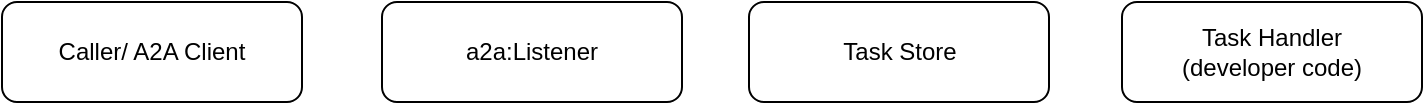
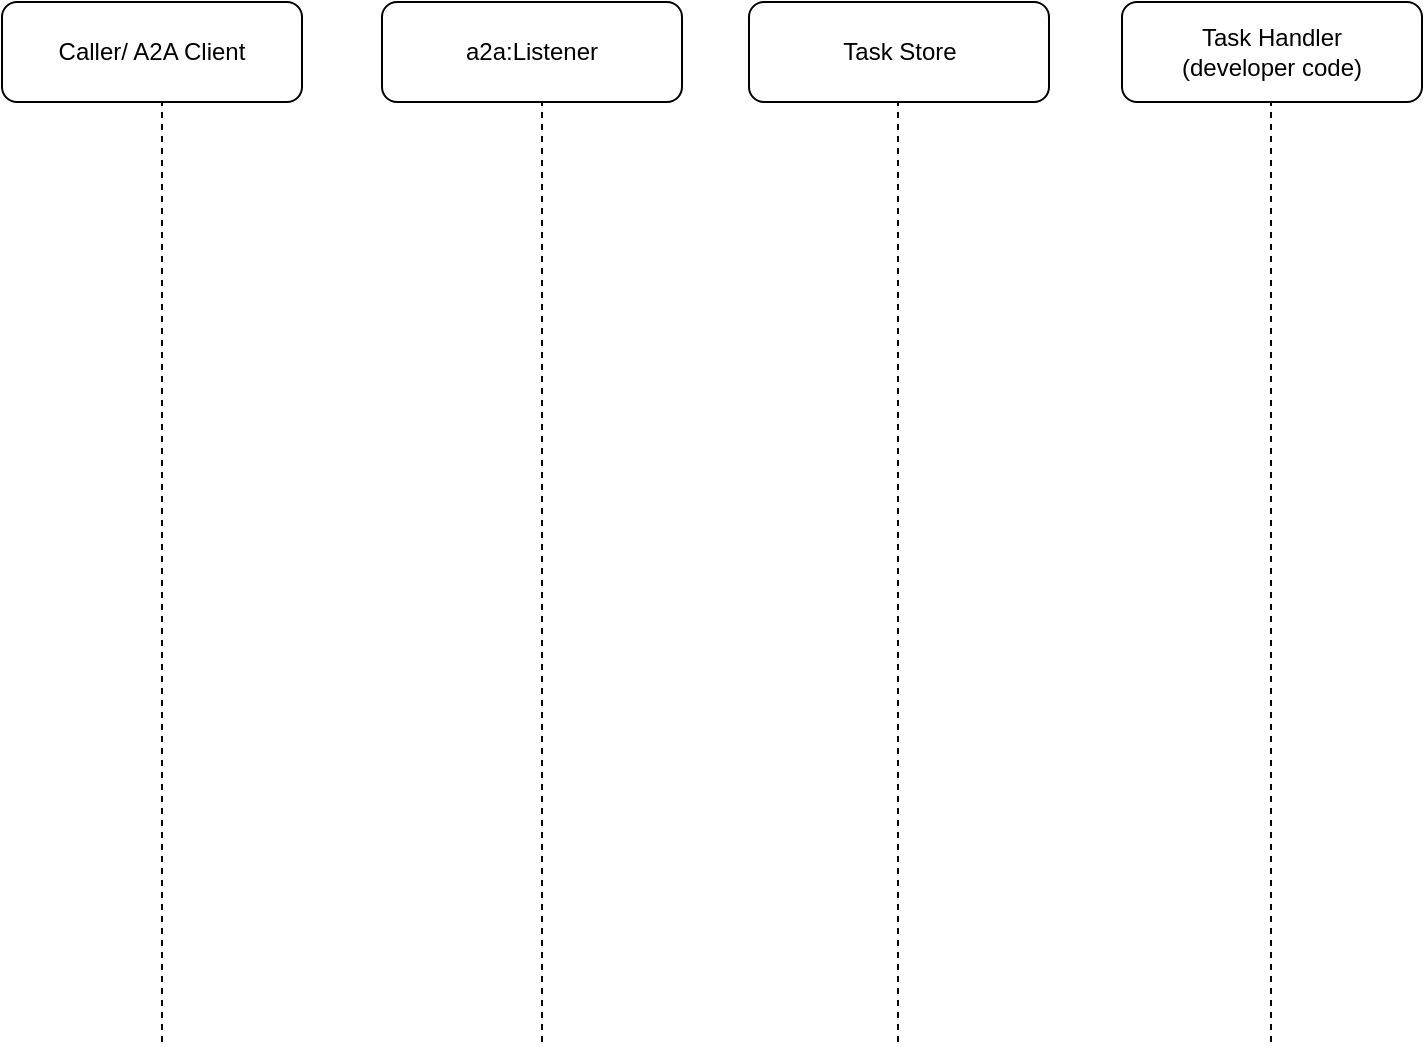
<mxfile host="app.diagrams.net">
  <diagram name="Page-1" id="ZPNNxD_8xx_dK13QvzwB">
    <mxGraphModel dx="1094" dy="555" grid="1" gridSize="10" guides="1" tooltips="1" connect="1" arrows="1" fold="1" page="1" pageScale="1" pageWidth="827" pageHeight="1169" math="0" shadow="0">
      <root>
        <mxCell id="0" />
        <mxCell id="1" parent="0" />
        <mxCell id="KyBT1ujf4ODolMfsrgNy-1" parent="1" style="rounded=1;whiteSpace=wrap;html=1;" value="Caller/ A2A Client" vertex="1">
          <mxGeometry height="50" width="150" x="40" y="30" as="geometry" />
        </mxCell>
        <mxCell id="fuX-3ZszXKkBneVyICno-1" parent="1" style="rounded=1;whiteSpace=wrap;html=1;" value="Task Handler&lt;div&gt;(developer code)&lt;/div&gt;" vertex="1">
          <mxGeometry height="50" width="150" x="600" y="30" as="geometry" />
        </mxCell>
        <mxCell id="fuX-3ZszXKkBneVyICno-2" parent="1" style="rounded=1;whiteSpace=wrap;html=1;" value="Task Store" vertex="1">
          <mxGeometry height="50" width="150" x="413.5" y="30" as="geometry" />
        </mxCell>
        <mxCell id="fuX-3ZszXKkBneVyICno-3" parent="1" style="rounded=1;whiteSpace=wrap;html=1;" value="a2a:Listener" vertex="1">
          <mxGeometry height="50" width="150" x="230" y="30" as="geometry" />
        </mxCell>
+         <mxCell id="fuX-3ZszXKkBneVyICno-5" edge="1" parent="1" style="endArrow=none;dashed=1;html=1;rounded=0;" value="">
+           <mxGeometry height="50" relative="1" width="50" as="geometry">
+             <mxPoint x="120" y="550" as="sourcePoint" />
+             <mxPoint x="120" y="80" as="targetPoint" />
+           </mxGeometry>
+         </mxCell>
+         <mxCell id="fuX-3ZszXKkBneVyICno-6" edge="1" parent="1" style="endArrow=none;dashed=1;html=1;rounded=0;" value="">
+           <mxGeometry height="50" relative="1" width="50" as="geometry">
+             <mxPoint x="310" y="550" as="sourcePoint" />
+             <mxPoint x="310" y="80" as="targetPoint" />
+           </mxGeometry>
+         </mxCell>
+         <mxCell id="fuX-3ZszXKkBneVyICno-7" edge="1" parent="1" style="endArrow=none;dashed=1;html=1;rounded=0;" value="">
+           <mxGeometry height="50" relative="1" width="50" as="geometry">
+             <mxPoint x="488" y="550" as="sourcePoint" />
+             <mxPoint x="488" y="80" as="targetPoint" />
+           </mxGeometry>
+         </mxCell>
+         <mxCell id="fuX-3ZszXKkBneVyICno-8" edge="1" parent="1" style="endArrow=none;dashed=1;html=1;rounded=0;" value="">
+           <mxGeometry height="50" relative="1" width="50" as="geometry">
+             <mxPoint x="674.5" y="550" as="sourcePoint" />
+             <mxPoint x="674.5" y="80" as="targetPoint" />
+           </mxGeometry>
+         </mxCell>
      </root>
    </mxGraphModel>
  </diagram>
</mxfile>
